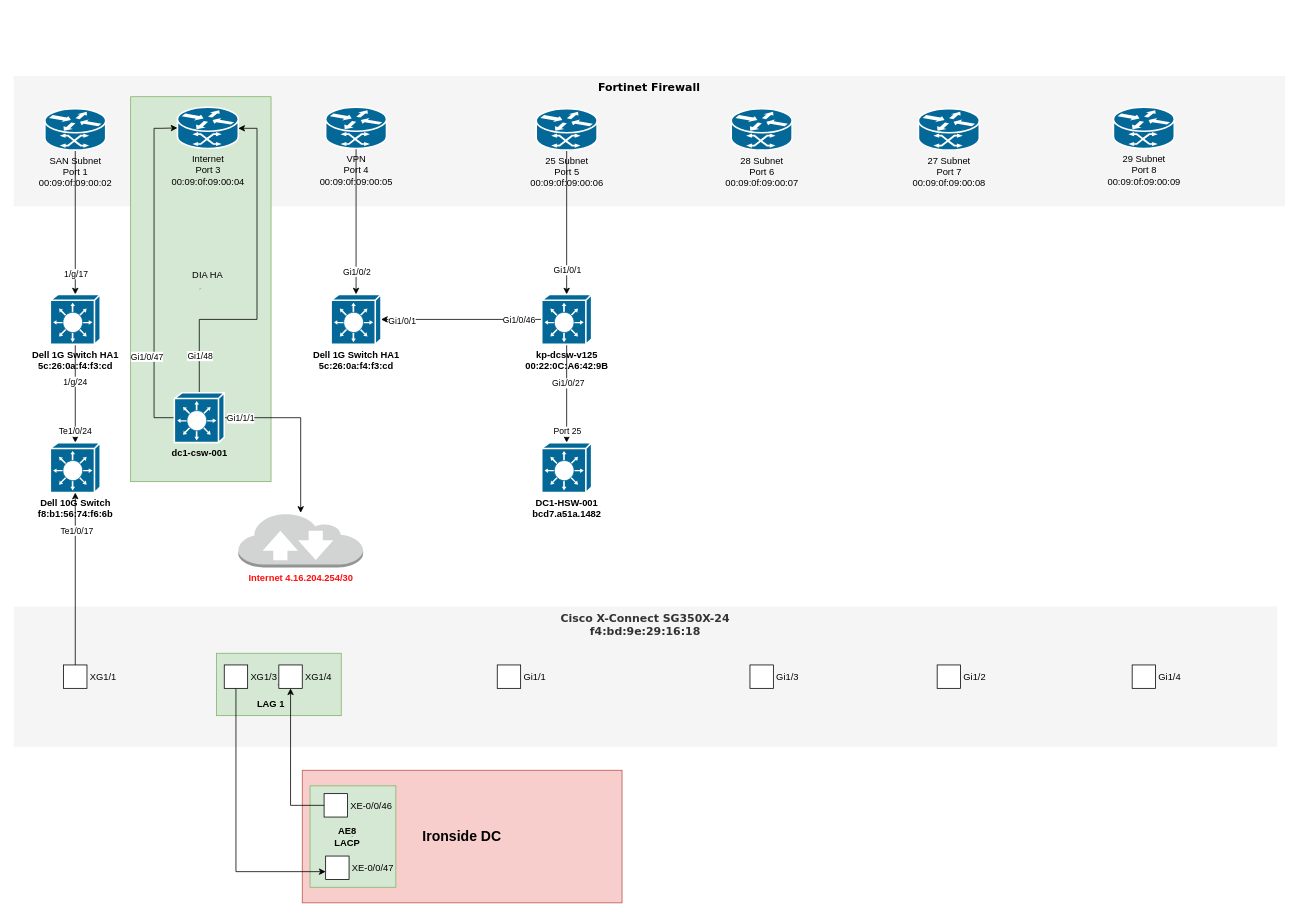
This is Kifer.drawio from nhackl/Draw.io, a draw.io file, before an edit. Source tidied: cells renumbered, new cells numbered last; positions are measured from the earlier drawing's top-left corner, leaving out a move shared by most shapes. Both pictures are drawn from the tidied source at 78%, with x=0, y=0 at pixel (13, 76).
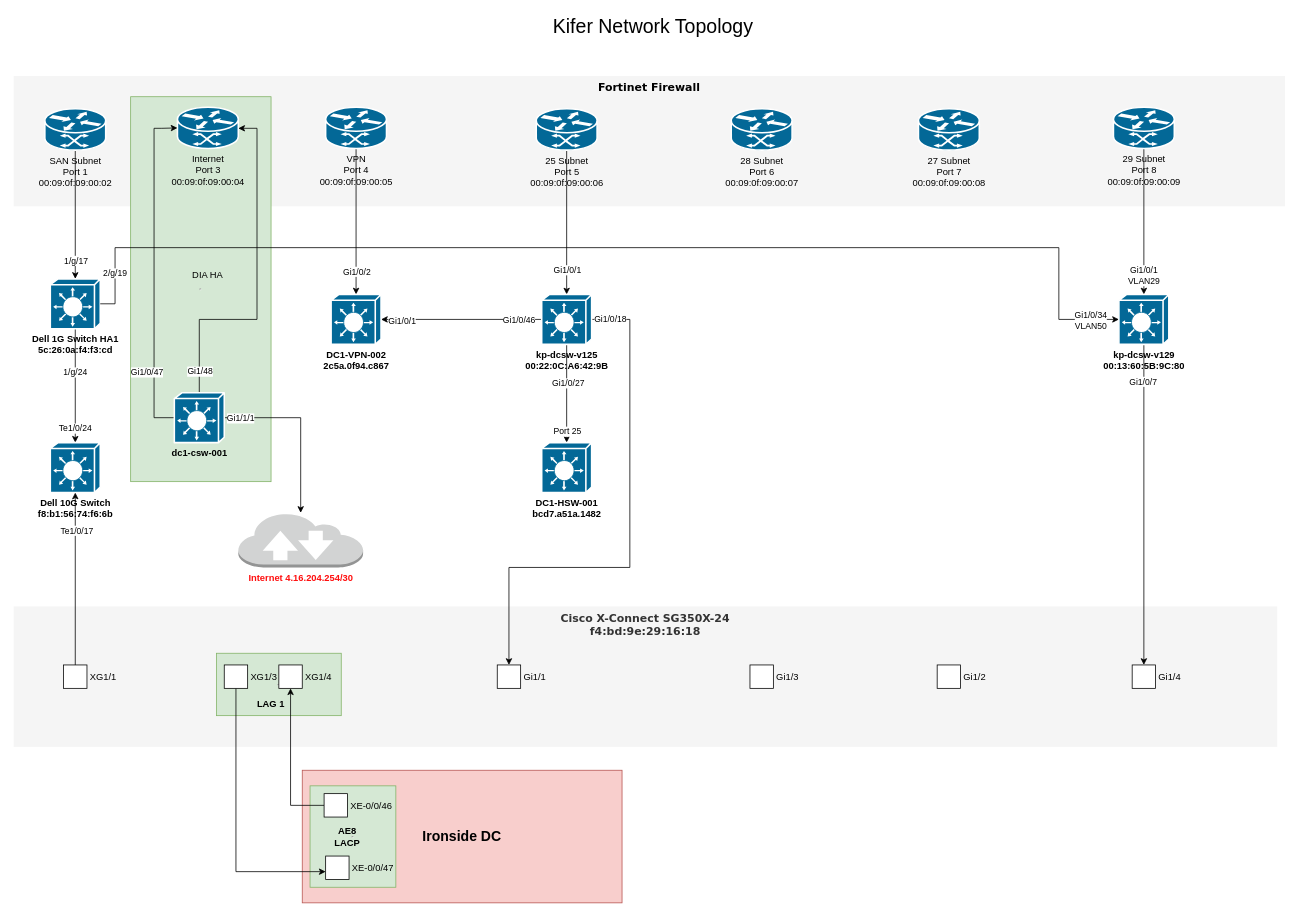
The same page after the edit.

Unchanged cells that the change refers to:
```xml
<mxCell id="13" value="&lt;div&gt;29 Subnet&lt;/div&gt;&lt;div&gt;Port 8&lt;/div&gt;&lt;div&gt;00:09:0f:09:00:09&lt;/div&gt;" style="shape=mxgraph.cisco.routers.atm_router;sketch=0;html=1;dashed=0;fillColor=#036897;strokeColor=#ffffff;strokeWidth=2;verticalLabelPosition=bottom;verticalAlign=top;align=center;outlineConnect=0;" parent="1" vertex="1">
  <mxGeometry x="1410" y="40" width="78" height="53" as="geometry" />
</mxCell>
<mxCell id="28" value="&lt;div&gt;&lt;b&gt;kp-dcsw-v125&lt;br&gt;&lt;/b&gt;&lt;/div&gt;&lt;div&gt;&lt;b&gt;00:22:0C:A6:42:9B&lt;/b&gt;&lt;/div&gt;" style="shape=mxgraph.cisco.switches.layer_3_switch;sketch=0;html=1;dashed=0;fillColor=#036897;strokeColor=#ffffff;strokeWidth=2;verticalLabelPosition=bottom;verticalAlign=top;align=center;outlineConnect=0;" parent="1" vertex="1">
  <mxGeometry x="677" y="280" width="64" height="64" as="geometry" />
</mxCell>
<mxCell id="29" style="edgeStyle=orthogonalEdgeStyle;rounded=0;jettySize=auto;html=1;entryX=0;entryY=0.5;entryDx=0;entryDy=0;entryPerimeter=0;exitX=0;exitY=0.5;exitDx=0;exitDy=0;exitPerimeter=0;" parent="1" edge="1" source="35" target="20">
  <mxGeometry relative="1" as="geometry">
    <Array as="points">
      <mxPoint x="180" y="438" />
      <mxPoint x="180" y="67" />
      <mxPoint x="190" y="67" />
    </Array>
  </mxGeometry>
</mxCell>
<mxCell id="31" style="edgeStyle=orthogonalEdgeStyle;rounded=0;jettySize=auto;html=1;" parent="1" edge="1" source="35" target="20">
  <mxGeometry relative="1" as="geometry">
    <Array as="points">
      <mxPoint x="238" y="312" />
      <mxPoint x="312" y="312" />
      <mxPoint x="312" y="67" />
    </Array>
  </mxGeometry>
</mxCell>
<mxCell id="42" value="Gi1/1" style="labelPosition=right;verticalLabelPosition=middle;align=left;verticalAlign=middle;spacingLeft=2;noLabel=0;labelPadding=0;" parent="1" vertex="1">
  <mxGeometry x="620" y="755" width="30" height="30" as="geometry" />
</mxCell>
<mxCell id="43" value="Gi1/4" style="labelPosition=right;verticalLabelPosition=middle;align=left;verticalAlign=middle;spacingLeft=2;noLabel=0;labelPadding=0;" parent="1" vertex="1">
  <mxGeometry x="1434" y="755" width="30" height="30" as="geometry" />
</mxCell>
```

Diff of the diagram source:
```diff
@@
+    <mxCell id="59" style="edgeStyle=orthogonalEdgeStyle;rounded=0;jettySize=auto;html=1;" parent="1" edge="1" source="13" target="66">
+      <mxGeometry relative="1" as="geometry" />
+    </mxCell>
+    <mxCell id="60" value="&lt;div&gt;Gi1/0/1&lt;/div&gt;&lt;div&gt;VLAN29&lt;br&gt;&lt;/div&gt;" style="edgeLabel;html=1;align=center;verticalAlign=middle;" parent="59" vertex="1">
+      <mxGeometry x="0.73" y="-1" relative="1" as="geometry" />
+    </mxCell>
@@
+    <mxCell id="61" style="edgeStyle=orthogonalEdgeStyle;rounded=0;jettySize=auto;html=1;entryX=0.5;entryY=0;entryDx=0;entryDy=0;" parent="1" edge="1" source="28" target="42">
+      <mxGeometry relative="1" as="geometry">
+        <Array as="points">
+          <mxPoint x="790" y="312" />
+          <mxPoint x="790" y="630" />
+          <mxPoint x="635" y="630" />
+        </Array>
+      </mxGeometry>
+    </mxCell>
+    <mxCell id="62" value="Gi1/0/18" style="edgeLabel;html=1;align=center;verticalAlign=middle;" parent="61" vertex="1">
+      <mxGeometry x="-0.93" y="1" relative="1" as="geometry" />
+    </mxCell>
@@
     <mxCell id="30" value="Gi1/0/47" style="edgeLabel;html=1;align=center;verticalAlign=middle;" parent="29" vertex="1">
       <mxGeometry x="-0.28" y="-2" relative="1" as="geometry">
-        <mxPoint x="-12" y="49" as="offset" />
+        <mxPoint x="-12" y="69" as="offset" />
       </mxGeometry>
     </mxCell>
@@
     <mxCell id="32" value="&lt;div&gt;Gi1/48&lt;/div&gt;" style="edgeLabel;html=1;align=center;verticalAlign=middle;" parent="31" vertex="1">
       <mxGeometry x="-0.57" y="1" relative="1" as="geometry">
-        <mxPoint y="47" as="offset" />
+        <mxPoint y="67" as="offset" />
       </mxGeometry>
     </mxCell>
@@
     <mxCell id="40" value="&lt;div&gt;&lt;b&gt;Dell 1G Switch HA1&lt;br&gt;&lt;/b&gt;&lt;/div&gt;&lt;div&gt;&lt;b&gt;5c:26:0a:f4:f3:cd&lt;/b&gt;&lt;br&gt;&lt;/div&gt;" style="shape=mxgraph.cisco.switches.layer_3_switch;sketch=0;html=1;dashed=0;fillColor=#036897;strokeColor=#ffffff;strokeWidth=2;verticalLabelPosition=bottom;verticalAlign=top;align=center;outlineConnect=0;" parent="1" vertex="1">
-      <mxGeometry x="47" y="280" width="64" height="64" as="geometry" />
+      <mxGeometry x="47" y="260" width="64" height="64" as="geometry" />
     </mxCell>
@@
-    <mxCell id="57" value="&lt;div&gt;&lt;b&gt;Dell 1G Switch HA1&lt;br&gt;&lt;/b&gt;&lt;/div&gt;&lt;div&gt;&lt;b&gt;5c:26:0a:f4:f3:cd&lt;/b&gt;&lt;br&gt;&lt;/div&gt;" style="shape=mxgraph.cisco.switches.layer_3_switch;sketch=0;html=1;dashed=0;fillColor=#036897;strokeColor=#ffffff;strokeWidth=2;verticalLabelPosition=bottom;verticalAlign=top;align=center;outlineConnect=0;" parent="1" vertex="1">
+    <mxCell id="57" value="&lt;div&gt;&lt;b&gt;DC1-VPN-002&lt;/b&gt;&lt;/div&gt;&lt;div&gt;&lt;b&gt;2c5a.0f94.c867&lt;br&gt;&lt;/b&gt;&lt;/div&gt;" style="shape=mxgraph.cisco.switches.layer_3_switch;sketch=0;html=1;dashed=0;fillColor=#036897;strokeColor=#ffffff;strokeWidth=2;verticalLabelPosition=bottom;verticalAlign=top;align=center;outlineConnect=0;" parent="1" vertex="1">
       <mxGeometry x="407" y="280" width="64" height="64" as="geometry" />
     </mxCell>
@@
+    <mxCell id="63" value="Kifer Network Topology" style="text;html=1;align=center;verticalAlign=middle;whiteSpace=wrap;rounded=0;fontSize=25;" parent="1" vertex="1">
+      <mxGeometry x="600" y="-80" width="440" height="30" as="geometry" />
+    </mxCell>
+    <mxCell id="64" style="edgeStyle=orthogonalEdgeStyle;rounded=0;jettySize=auto;html=1;" parent="1" edge="1" source="66" target="43">
+      <mxGeometry relative="1" as="geometry" />
+    </mxCell>
+    <mxCell id="65" value="Gi1/0/7" style="edgeLabel;html=1;align=center;verticalAlign=middle;" parent="64" vertex="1">
+      <mxGeometry x="-0.77" y="-2" relative="1" as="geometry" />
+    </mxCell>
+    <mxCell id="66" value="&lt;div&gt;&lt;b&gt;kp-dcsw-v129&lt;/b&gt;&lt;/div&gt;&lt;div&gt;&lt;b&gt;00:13:60:5B:9C:80&lt;br&gt;&lt;/b&gt;&lt;/div&gt;" style="shape=mxgraph.cisco.switches.layer_3_switch;sketch=0;html=1;dashed=0;fillColor=#036897;strokeColor=#ffffff;strokeWidth=2;verticalLabelPosition=bottom;verticalAlign=top;align=center;outlineConnect=0;" parent="1" vertex="1">
+      <mxGeometry x="1417" y="280" width="64" height="64" as="geometry" />
+    </mxCell>
+    <mxCell id="67" style="edgeStyle=orthogonalEdgeStyle;rounded=0;jettySize=auto;html=1;entryX=0;entryY=0.5;entryDx=0;entryDy=0;entryPerimeter=0;" parent="1" edge="1" source="40" target="66">
+      <mxGeometry relative="1" as="geometry">
+        <Array as="points">
+          <mxPoint x="130" y="292" />
+          <mxPoint x="130" y="220" />
+          <mxPoint x="1340" y="220" />
+          <mxPoint x="1340" y="312" />
+        </Array>
+      </mxGeometry>
+    </mxCell>
+    <mxCell id="68" value="2/g/19" style="edgeLabel;html=1;align=center;verticalAlign=middle;" parent="67" vertex="1">
+      <mxGeometry x="-0.92" y="1" relative="1" as="geometry" />
+    </mxCell>
+    <mxCell id="69" value="&lt;div&gt;Gi1/0/34&lt;/div&gt;&lt;div&gt;VLAN50&lt;br&gt;&lt;/div&gt;" style="edgeLabel;html=1;align=center;verticalAlign=middle;" parent="67" vertex="1">
+      <mxGeometry x="0.95" y="-1" relative="1" as="geometry" />
+    </mxCell>
```
